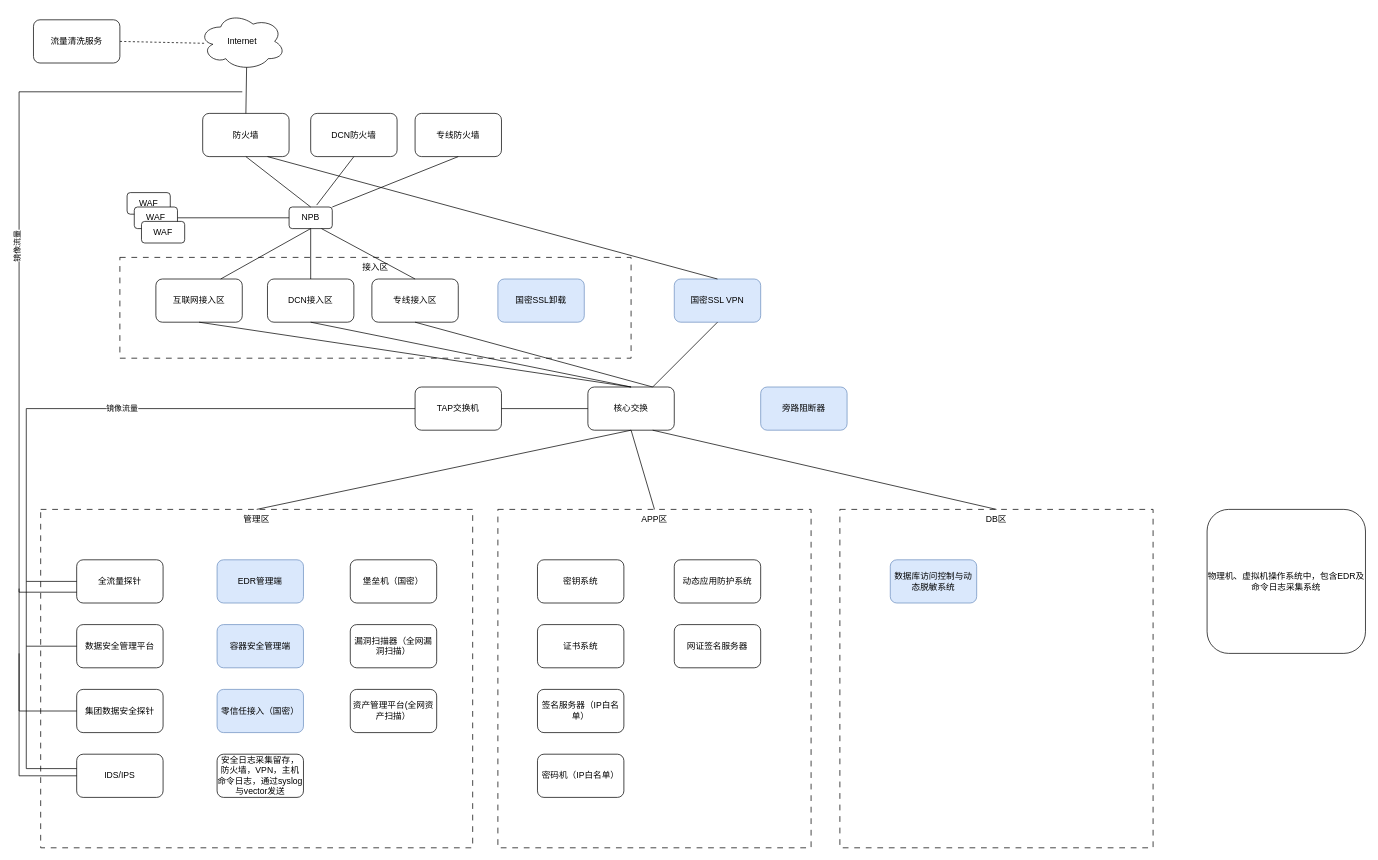
razor/1102_decoration keeps this draw.io diagram as cloudsecurity.drawio. Above is the earlier version. Source tidied: cells renumbered, new cells numbered last; positions are measured from the earlier drawing's top-left corner, leaving out a move shared by most shapes. Both pictures are drawn from the tidied source at 72%, with x=0, y=0 at pixel (19, 12).
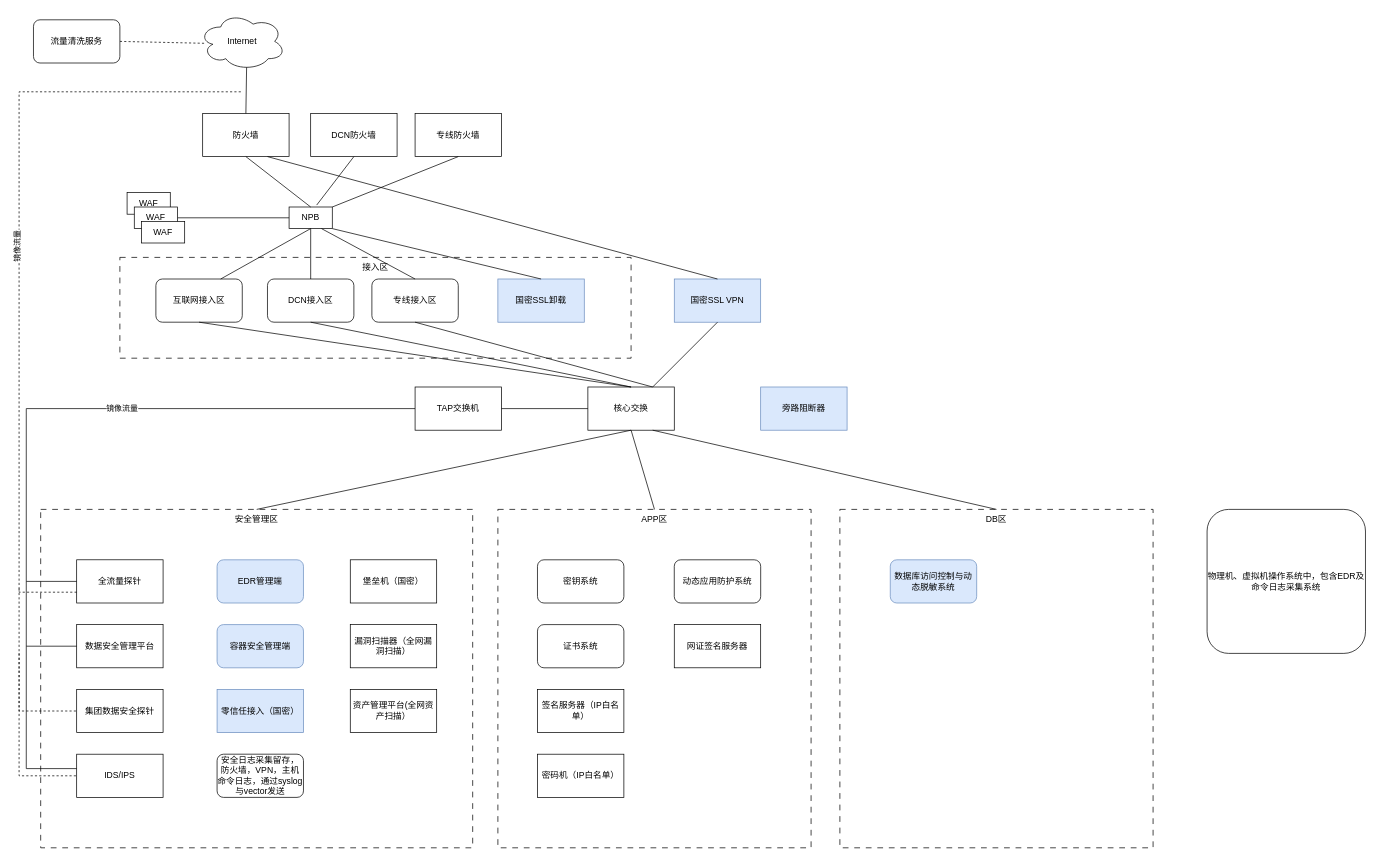
Above is the later version.

The edit, as a diff of the source:
```diff
@@
-    <mxCell id="5" value="管理区" style="rounded=0;whiteSpace=wrap;html=1;verticalAlign=top;dashed=1;dashPattern=8 8;" parent="1" vertex="1">
+    <mxCell id="5" value="安全管理区" style="rounded=0;whiteSpace=wrap;html=1;verticalAlign=top;dashed=1;dashPattern=8 8;" parent="1" vertex="1">
       <mxGeometry x="30" y="690" width="600" height="470" as="geometry" />
     </mxCell>
@@
-    <mxCell id="9" value="防火墙" style="rounded=1;whiteSpace=wrap;html=1;" parent="1" vertex="1">
+    <mxCell id="9" value="防火墙" style="rounded=0;whiteSpace=wrap;html=1;" parent="1" vertex="1">
       <mxGeometry x="255" y="140" width="120" height="60" as="geometry" />
     </mxCell>
@@
-    <mxCell id="12" value="NPB" style="rounded=1;whiteSpace=wrap;html=1;" parent="1" vertex="1">
+    <mxCell id="12" value="NPB" style="rounded=0;whiteSpace=wrap;html=1;glass=0;shadow=0;" parent="1" vertex="1">
       <mxGeometry x="375" y="270" width="60" height="30" as="geometry" />
     </mxCell>
@@
-    <mxCell id="17" value="DCN防火墙" style="rounded=1;whiteSpace=wrap;html=1;" parent="1" vertex="1">
+    <mxCell id="17" value="DCN防火墙" style="rounded=0;whiteSpace=wrap;html=1;" parent="1" vertex="1">
       <mxGeometry x="405" y="140" width="120" height="60" as="geometry" />
     </mxCell>
-    <mxCell id="18" value="专线防火墙" style="rounded=1;whiteSpace=wrap;html=1;" parent="1" vertex="1">
+    <mxCell id="18" value="专线防火墙" style="rounded=0;whiteSpace=wrap;html=1;" parent="1" vertex="1">
       <mxGeometry x="550" y="140" width="120" height="60" as="geometry" />
     </mxCell>
@@
-    <mxCell id="24" value="WAF" style="rounded=1;whiteSpace=wrap;html=1;" parent="1" vertex="1">
+    <mxCell id="24" value="WAF" style="rounded=0;whiteSpace=wrap;html=1;" parent="1" vertex="1">
       <mxGeometry x="150" y="250" width="60" height="30" as="geometry" />
     </mxCell>
-    <mxCell id="25" value="WAF" style="rounded=1;whiteSpace=wrap;html=1;" parent="1" vertex="1">
+    <mxCell id="25" value="WAF" style="rounded=0;whiteSpace=wrap;html=1;" parent="1" vertex="1">
       <mxGeometry x="160" y="270" width="60" height="30" as="geometry" />
     </mxCell>
-    <mxCell id="26" value="WAF" style="rounded=1;whiteSpace=wrap;html=1;" parent="1" vertex="1">
+    <mxCell id="26" value="WAF" style="rounded=0;whiteSpace=wrap;html=1;" parent="1" vertex="1">
       <mxGeometry x="170" y="290" width="60" height="30" as="geometry" />
     </mxCell>
-    <mxCell id="27" value="漏洞扫描器（全网漏洞扫描）" style="rounded=1;whiteSpace=wrap;html=1;" parent="1" vertex="1">
+    <mxCell id="27" value="漏洞扫描器（全网漏洞扫描）" style="rounded=0;whiteSpace=wrap;html=1;" parent="1" vertex="1">
       <mxGeometry x="460" y="850" width="120" height="60" as="geometry" />
     </mxCell>
-    <mxCell id="28" value="资产管理平台(全网资产扫描）" style="rounded=1;whiteSpace=wrap;html=1;" parent="1" vertex="1">
+    <mxCell id="28" value="资产管理平台(全网资产扫描）" style="rounded=0;whiteSpace=wrap;html=1;" parent="1" vertex="1">
       <mxGeometry x="460" y="940" width="120" height="60" as="geometry" />
     </mxCell>
-    <mxCell id="29" value="全流量探针" style="rounded=1;whiteSpace=wrap;html=1;" parent="1" vertex="1">
+    <mxCell id="29" value="全流量探针" style="rounded=0;whiteSpace=wrap;html=1;" parent="1" vertex="1">
       <mxGeometry x="80" y="760" width="120" height="60" as="geometry" />
     </mxCell>
-    <mxCell id="30" value="集团数据安全探针" style="rounded=1;whiteSpace=wrap;html=1;" parent="1" vertex="1">
+    <mxCell id="30" value="集团数据安全探针" style="rounded=0;whiteSpace=wrap;html=1;" parent="1" vertex="1">
       <mxGeometry x="80" y="940" width="120" height="60" as="geometry" />
     </mxCell>
@@
-    <mxCell id="33" value="零信任接入（国密）" style="rounded=1;whiteSpace=wrap;html=1;fillColor=#dae8fc;strokeColor=#6c8ebf;" parent="1" vertex="1">
+    <mxCell id="33" value="零信任接入（国密）" style="rounded=0;whiteSpace=wrap;html=1;fillColor=#dae8fc;strokeColor=#6c8ebf;glass=0;" parent="1" vertex="1">
       <mxGeometry x="275" y="940" width="120" height="60" as="geometry" />
     </mxCell>
@@
-    <mxCell id="37" value="签名服务器（IP白名单）" style="rounded=1;whiteSpace=wrap;html=1;" parent="1" vertex="1">
+    <mxCell id="37" value="签名服务器（IP白名单）" style="rounded=0;whiteSpace=wrap;html=1;" parent="1" vertex="1">
       <mxGeometry x="720" y="940" width="120" height="60" as="geometry" />
     </mxCell>
-    <mxCell id="38" value="密码机（IP白名单）" style="rounded=1;whiteSpace=wrap;html=1;" parent="1" vertex="1">
+    <mxCell id="38" value="密码机（IP白名单）" style="rounded=0;whiteSpace=wrap;html=1;" parent="1" vertex="1">
       <mxGeometry x="720" y="1030" width="120" height="60" as="geometry" />
     </mxCell>
-    <mxCell id="39" value="堡垒机（国密）" style="rounded=1;whiteSpace=wrap;html=1;" parent="1" vertex="1">
+    <mxCell id="39" value="堡垒机（国密）" style="rounded=0;whiteSpace=wrap;html=1;" parent="1" vertex="1">
       <mxGeometry x="460" y="760" width="120" height="60" as="geometry" />
     </mxCell>
-    <mxCell id="40" value="核心交换" style="rounded=1;whiteSpace=wrap;html=1;" parent="1" vertex="1">
+    <mxCell id="40" value="核心交换" style="rounded=0;whiteSpace=wrap;html=1;" parent="1" vertex="1">
       <mxGeometry x="790" y="520" width="120" height="60" as="geometry" />
     </mxCell>
@@
-    <mxCell id="43" style="endArrow=none;html=1;rounded=0;exitX=0;exitY=0.75;exitDx=0;exitDy=0;" parent="1" edge="1" source="29">
+    <mxCell id="43" style="endArrow=none;html=1;rounded=0;exitX=0;exitY=0.75;exitDx=0;exitDy=0;dashed=1;" parent="1" edge="1" source="29">
       <mxGeometry relative="1" as="geometry">
         <mxPoint x="310" y="110" as="targetPoint" />
         <Array as="points">
           <mxPoint y="805" />
           <mxPoint y="110" />
         </Array>
       </mxGeometry>
     </mxCell>
@@
-    <mxCell id="45" value="TAP交换机" style="rounded=1;whiteSpace=wrap;html=1;" parent="1" vertex="1">
+    <mxCell id="45" value="TAP交换机" style="rounded=0;whiteSpace=wrap;html=1;" parent="1" vertex="1">
       <mxGeometry x="550" y="520" width="120" height="60" as="geometry" />
     </mxCell>
@@
-    <mxCell id="53" value="网证签名服务器" style="rounded=1;whiteSpace=wrap;html=1;" parent="1" vertex="1">
+    <mxCell id="53" value="网证签名服务器" style="rounded=0;whiteSpace=wrap;html=1;" parent="1" vertex="1">
       <mxGeometry x="910" y="850" width="120" height="60" as="geometry" />
     </mxCell>
-    <mxCell id="54" value="数据安全管理平台" style="rounded=1;whiteSpace=wrap;html=1;" parent="1" vertex="1">
+    <mxCell id="54" value="数据安全管理平台" style="rounded=0;whiteSpace=wrap;html=1;" parent="1" vertex="1">
       <mxGeometry x="80" y="850" width="120" height="60" as="geometry" />
     </mxCell>
-    <mxCell id="55" style="endArrow=none;html=1;rounded=0;entryX=0;entryY=0.5;entryDx=0;entryDy=0;" parent="1" edge="1" target="30">
+    <mxCell id="55" style="endArrow=none;html=1;rounded=0;entryX=0;entryY=0.5;entryDx=0;entryDy=0;dashed=1;" parent="1" edge="1" target="30">
       <mxGeometry relative="1" as="geometry">
         <mxPoint y="800" as="sourcePoint" />
         <Array as="points">
           <mxPoint y="970" />
         </Array>
       </mxGeometry>
     </mxCell>
@@
-    <mxCell id="58" value="IDS/IPS" style="rounded=1;whiteSpace=wrap;html=1;" parent="1" vertex="1">
+    <mxCell id="58" value="IDS/IPS" style="rounded=0;whiteSpace=wrap;html=1;" parent="1" vertex="1">
       <mxGeometry x="80" y="1030" width="120" height="60" as="geometry" />
     </mxCell>
-    <mxCell id="59" style="endArrow=none;html=1;rounded=0;entryX=0;entryY=0.5;entryDx=0;entryDy=0;" parent="1" edge="1">
+    <mxCell id="59" style="endArrow=none;html=1;rounded=0;entryX=0;entryY=0.5;entryDx=0;entryDy=0;dashed=1;" parent="1" edge="1">
       <mxGeometry relative="1" as="geometry">
         <mxPoint y="890" as="sourcePoint" />
         <mxPoint x="80" y="1060" as="targetPoint" />
         <Array as="points">
           <mxPoint y="1060" />
         </Array>
       </mxGeometry>
     </mxCell>
@@
-    <mxCell id="61" value="旁路阻断器" style="rounded=1;whiteSpace=wrap;html=1;fillColor=#dae8fc;strokeColor=#6c8ebf;" parent="1" vertex="1">
+    <mxCell id="61" value="旁路阻断器" style="rounded=0;whiteSpace=wrap;html=1;fillColor=#dae8fc;strokeColor=#6c8ebf;" parent="1" vertex="1">
       <mxGeometry x="1030" y="520" width="120" height="60" as="geometry" />
     </mxCell>
@@
-    <mxCell id="63" value="国密SSL卸载" style="rounded=1;whiteSpace=wrap;html=1;fillColor=#dae8fc;strokeColor=#6c8ebf;" parent="1" vertex="1">
+    <mxCell id="63" value="国密SSL卸载" style="rounded=0;whiteSpace=wrap;html=1;fillColor=#dae8fc;strokeColor=#6c8ebf;" parent="1" vertex="1">
       <mxGeometry x="665" y="370" width="120" height="60" as="geometry" />
     </mxCell>
-    <mxCell id="64" value="国密SSL VPN" style="rounded=1;whiteSpace=wrap;html=1;fillColor=#dae8fc;strokeColor=#6c8ebf;" parent="1" vertex="1">
+    <mxCell id="64" value="国密SSL VPN" style="rounded=0;whiteSpace=wrap;html=1;fillColor=#dae8fc;strokeColor=#6c8ebf;" parent="1" vertex="1">
       <mxGeometry x="910" y="370" width="120" height="60" as="geometry" />
     </mxCell>
@@
+    <mxCell id="68" style="endArrow=none;html=1;rounded=0;exitX=1;exitY=1;exitDx=0;exitDy=0;entryX=0.5;entryY=0;entryDx=0;entryDy=0;" parent="1" edge="1" source="12" target="63">
+      <mxGeometry relative="1" as="geometry" />
+    </mxCell>
```
